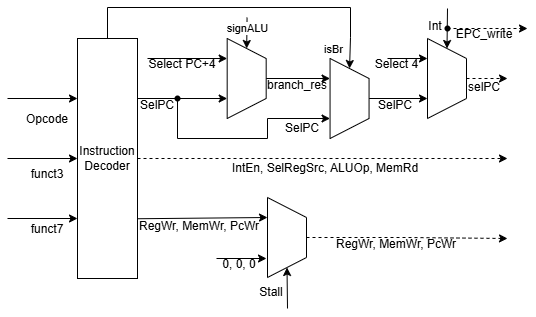
Before: ControlUnit.drawio.png, a diagram exported from draw.io (sircuspelle/cached-harvard-risc-assembler). Source tidied: cells renumbered, new cells last; positions are measured from the earlier drawing's top-left corner, leaving out a move shared by most shapes.
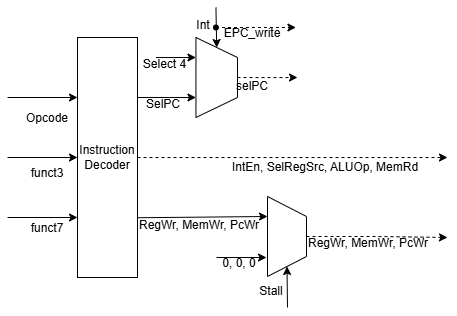
Later version of the same file.

Diff of the diagram source:
```diff
@@ -4,12 +4,9 @@
     <mxCell id="1" parent="0" />
     <mxCell id="2" style="edgeStyle=orthogonalEdgeStyle;rounded=0;jettySize=auto;html=1;exitX=1;exitY=0.5;exitDx=0;exitDy=0;dashed=1;" parent="1" edge="1" source="4">
       <mxGeometry relative="1" as="geometry">
-        <mxPoint x="500" y="151" as="targetPoint" />
+        <mxPoint x="440" y="151" as="targetPoint" />
       </mxGeometry>
     </mxCell>
-    <mxCell id="3" style="edgeStyle=orthogonalEdgeStyle;rounded=0;jettySize=auto;html=1;exitX=1;exitY=0.25;exitDx=0;exitDy=0;entryX=0.75;entryY=1;entryDx=0;entryDy=0;" parent="1" edge="1" source="4" target="22">
-      <mxGeometry relative="1" as="geometry" />
-    </mxCell>
     <mxCell id="4" value="Instruction Decoder" style="rounded=0;whiteSpace=wrap;html=1;" parent="1" vertex="1">
       <mxGeometry x="70" y="31" width="60" height="240" as="geometry" />
     </mxCell>
@@ -37,16 +34,6 @@
     <mxCell id="10" value="funct3" style="text;html=1;whiteSpace=wrap;strokeColor=none;fillColor=none;align=center;verticalAlign=middle;rounded=0;" parent="1" vertex="1">
       <mxGeometry x="10" y="152" width="60" height="30" as="geometry" />
     </mxCell>
-    <mxCell id="11" style="endArrow=classic;html=1;rounded=0;entryX=0;entryY=0.5;entryDx=0;entryDy=0;" parent="1" edge="1" target="22">
-      <mxGeometry relative="1" as="geometry">
-        <mxPoint x="239.6" y="10" as="sourcePoint" />
-      </mxGeometry>
-    </mxCell>
-    <mxCell id="12" value="signALU" style="edgeLabel;html=1;align=center;verticalAlign=middle;" parent="11" vertex="1">
-      <mxGeometry x="-0.01" relative="1" as="geometry">
-        <mxPoint y="-5" as="offset" />
-      </mxGeometry>
-    </mxCell>
     <mxCell id="13" style="edgeStyle=none;jettySize=auto;html=1;rounded=0;exitX=0.998;exitY=0.626;exitDx=0;exitDy=0;exitPerimeter=0;entryX=0.25;entryY=1;entryDx=0;entryDy=0;" parent="1" edge="1" target="18">
       <mxGeometry relative="1" as="geometry">
         <mxPoint x="130" y="211.2" as="sourcePoint" />
@@ -66,7 +53,7 @@
     </mxCell>
     <mxCell id="17" style="edgeStyle=orthogonalEdgeStyle;rounded=0;jettySize=auto;html=1;dashed=1;" parent="1" edge="1" source="18">
       <mxGeometry relative="1" as="geometry">
-        <mxPoint x="500" y="231" as="targetPoint" />
+        <mxPoint x="440" y="231" as="targetPoint" />
       </mxGeometry>
     </mxCell>
     <mxCell id="18" style="shape=trapezoid;perimeter=trapezoidPerimeter;whiteSpace=wrap;html=1;fixedSize=1;direction=south;" parent="1" vertex="1">
@@ -80,118 +67,66 @@
     <mxCell id="20" value="Stall" style="text;html=1;whiteSpace=wrap;strokeColor=none;fillColor=none;align=center;verticalAlign=middle;rounded=0;" parent="1" vertex="1">
       <mxGeometry x="234.1" y="270" width="60" height="30" as="geometry" />
     </mxCell>
-    <mxCell id="21" style="edgeStyle=orthogonalEdgeStyle;rounded=0;jettySize=auto;html=1;exitX=0.5;exitY=0;exitDx=0;exitDy=0;entryX=0.25;entryY=1;entryDx=0;entryDy=0;" parent="1" edge="1" source="22" target="31">
-      <mxGeometry relative="1" as="geometry" />
-    </mxCell>
-    <mxCell id="22" style="shape=trapezoid;perimeter=trapezoidPerimeter;whiteSpace=wrap;html=1;fixedSize=1;direction=south;" parent="1" vertex="1">
-      <mxGeometry x="219.7" y="31" width="39" height="80" as="geometry" />
-    </mxCell>
     <mxCell id="23" value="IntEn, SelRegSrc, ALUOp,&amp;nbsp;&lt;span style=&quot;background-color: transparent; color: light-dark(rgb(0, 0, 0), rgb(255, 255, 255));&quot;&gt;MemRd&lt;/span&gt;" style="text;html=1;whiteSpace=wrap;strokeColor=none;fillColor=none;align=left;verticalAlign=middle;rounded=0;" parent="1" vertex="1">
       <mxGeometry x="223" y="145" width="190" height="31" as="geometry" />
     </mxCell>
-    <mxCell id="24" style="edgeStyle=none;jettySize=auto;html=1;rounded=0;entryX=0.25;entryY=1;entryDx=0;entryDy=0;" parent="1" edge="1" target="22">
-      <mxGeometry relative="1" as="geometry">
-        <mxPoint x="140" y="51" as="sourcePoint" />
-      </mxGeometry>
-    </mxCell>
-    <mxCell id="25" value="Select PC+4" style="text;html=1;whiteSpace=wrap;strokeColor=none;fillColor=none;align=center;verticalAlign=middle;rounded=0;" parent="1" vertex="1">
-      <mxGeometry x="131" y="49" width="87.7" height="15" as="geometry" />
-    </mxCell>
-    <mxCell id="26" value="SelPC" style="text;html=1;whiteSpace=wrap;strokeColor=none;fillColor=none;align=center;verticalAlign=middle;rounded=0;" parent="1" vertex="1">
-      <mxGeometry x="130" y="91" width="40" height="14" as="geometry" />
-    </mxCell>
-    <mxCell id="27" style="endArrow=classic;html=1;rounded=0;edgeStyle=orthogonalEdgeStyle;entryX=0.75;entryY=1;entryDx=0;entryDy=0;" parent="1" edge="1" target="31">
-      <mxGeometry relative="1" as="geometry">
-        <mxPoint x="170" y="91" as="sourcePoint" />
-        <Array as="points">
-          <mxPoint x="170" y="131" />
-          <mxPoint x="260" y="131" />
-          <mxPoint x="260" y="111" />
-        </Array>
-      </mxGeometry>
-    </mxCell>
-    <mxCell id="28" value="SelPC" style="text;html=1;whiteSpace=wrap;strokeColor=none;fillColor=none;align=center;verticalAlign=middle;rounded=0;" parent="1" vertex="1">
-      <mxGeometry x="265.1" y="114" width="60" height="13" as="geometry" />
-    </mxCell>
-    <mxCell id="29" value="branch_res" style="text;html=1;whiteSpace=wrap;strokeColor=none;fillColor=none;align=center;verticalAlign=middle;rounded=0;" parent="1" vertex="1">
-      <mxGeometry x="259.6" y="72" width="60" height="12" as="geometry" />
-    </mxCell>
-    <mxCell id="30" style="edgeStyle=orthogonalEdgeStyle;rounded=0;jettySize=auto;html=1;exitX=0.5;exitY=0;exitDx=0;exitDy=0;entryX=0.75;entryY=1;entryDx=0;entryDy=0;" parent="1" edge="1" source="31" target="35">
-      <mxGeometry relative="1" as="geometry" />
+    <mxCell id="30" style="edgeStyle=orthogonalEdgeStyle;rounded=0;jettySize=auto;html=1;exitX=0.5;exitY=0;exitDx=0;exitDy=0;entryX=0.75;entryY=1;entryDx=0;entryDy=0;" parent="1" edge="1" target="35">
+      <mxGeometry relative="1" as="geometry">
+        <mxPoint x="130" y="91" as="sourcePoint" />
+      </mxGeometry>
     </mxCell>
-    <mxCell id="31" style="shape=trapezoid;perimeter=trapezoidPerimeter;whiteSpace=wrap;html=1;fixedSize=1;direction=south;" parent="1" vertex="1">
-      <mxGeometry x="322.6" y="51" width="39" height="80" as="geometry" />
-    </mxCell>
-    <mxCell id="32" style="endArrow=classic;html=1;rounded=0;exitX=0.5;exitY=0;exitDx=0;exitDy=0;edgeStyle=orthogonalEdgeStyle;entryX=0;entryY=0.5;entryDx=0;entryDy=0;" parent="1" edge="1" source="4" target="31">
-      <mxGeometry relative="1" as="geometry">
-        <Array as="points">
-          <mxPoint x="100" />
-          <mxPoint x="343" />
-          <mxPoint x="343" y="30" />
-          <mxPoint x="342" y="30" />
-        </Array>
-      </mxGeometry>
-    </mxCell>
-    <mxCell id="33" value="isBr" style="edgeLabel;html=1;align=center;verticalAlign=middle;" parent="32" vertex="1">
-      <mxGeometry x="-0.01" relative="1" as="geometry">
-        <mxPoint x="90" y="41" as="offset" />
-      </mxGeometry>
-    </mxCell>
     <mxCell id="34" style="edgeStyle=orthogonalEdgeStyle;rounded=0;jettySize=auto;html=1;exitX=0.5;exitY=0;exitDx=0;exitDy=0;dashed=1;" parent="1" edge="1" source="35">
       <mxGeometry relative="1" as="geometry">
-        <mxPoint x="500" y="71" as="targetPoint" />
+        <mxPoint x="290" y="71" as="targetPoint" />
         <Array as="points">
-          <mxPoint x="500" y="71" />
+          <mxPoint x="268.4" y="71" />
         </Array>
       </mxGeometry>
     </mxCell>
     <mxCell id="35" style="shape=trapezoid;perimeter=trapezoidPerimeter;whiteSpace=wrap;html=1;fixedSize=1;direction=south;" parent="1" vertex="1">
-      <mxGeometry x="420" y="31" width="39" height="80" as="geometry" />
+      <mxGeometry x="188.4" y="31" width="41.6" height="80" as="geometry" />
     </mxCell>
     <mxCell id="36" value="SelPC" style="text;html=1;whiteSpace=wrap;strokeColor=none;fillColor=none;align=center;verticalAlign=middle;rounded=0;" parent="1" vertex="1">
-      <mxGeometry x="357.6" y="93" width="60" height="9" as="geometry" />
+      <mxGeometry x="126" y="93" width="60" height="9" as="geometry" />
     </mxCell>
     <mxCell id="37" style="edgeStyle=none;jettySize=auto;html=1;rounded=0;entryX=0.25;entryY=1;entryDx=0;entryDy=0;" parent="1" edge="1" target="35">
       <mxGeometry relative="1" as="geometry">
-        <mxPoint x="380" y="51" as="sourcePoint" />
+        <mxPoint x="148.4" y="51" as="sourcePoint" />
       </mxGeometry>
     </mxCell>
     <mxCell id="38" value="Select 4" style="text;html=1;whiteSpace=wrap;strokeColor=none;fillColor=none;align=center;verticalAlign=middle;rounded=0;" parent="1" vertex="1">
-      <mxGeometry x="362" y="52" width="55" height="11" as="geometry" />
+      <mxGeometry x="130.4" y="52" width="55" height="11" as="geometry" />
     </mxCell>
     <mxCell id="39" value="selPC" style="text;html=1;whiteSpace=wrap;strokeColor=none;fillColor=none;align=center;verticalAlign=middle;rounded=0;" parent="1" vertex="1">
-      <mxGeometry x="457" y="74" width="40" height="11" as="geometry" />
+      <mxGeometry x="225.4" y="74" width="40" height="11" as="geometry" />
     </mxCell>
     <mxCell id="40" style="edgeStyle=none;jettySize=auto;html=1;rounded=0;entryX=0;entryY=0.5;entryDx=0;entryDy=0;" parent="1" edge="1" target="35">
       <mxGeometry relative="1" as="geometry">
-        <mxPoint x="440" y="1" as="sourcePoint" />
+        <mxPoint x="208.4" y="1" as="sourcePoint" />
       </mxGeometry>
     </mxCell>
     <mxCell id="41" value="Int" style="text;html=1;whiteSpace=wrap;strokeColor=none;fillColor=none;align=center;verticalAlign=middle;rounded=0;" parent="1" vertex="1">
-      <mxGeometry x="416" y="11" width="24" height="15" as="geometry" />
+      <mxGeometry x="184.4" y="11" width="24" height="15" as="geometry" />
     </mxCell>
     <mxCell id="42" style="edgeStyle=none;jettySize=auto;html=1;rounded=0;dashed=1;exitX=0.5;exitY=0.5;exitDx=0;exitDy=0;exitPerimeter=0;" parent="1" edge="1" source="47">
       <mxGeometry relative="1" as="geometry">
-        <mxPoint x="520" y="21" as="targetPoint" />
+        <mxPoint x="288.4" y="21" as="targetPoint" />
       </mxGeometry>
     </mxCell>
     <mxCell id="43" value="RegWr, MemWr,&amp;nbsp;&lt;span style=&quot;background-color: transparent; color: light-dark(rgb(0, 0, 0), rgb(255, 255, 255));&quot;&gt;PcWr&lt;/span&gt;" style="text;html=1;whiteSpace=wrap;strokeColor=none;fillColor=none;align=left;verticalAlign=middle;rounded=0;" parent="1" vertex="1">
-      <mxGeometry x="327" y="230" width="166.9" height="14" as="geometry" />
+      <mxGeometry x="299" y="230" width="131" height="14" as="geometry" />
     </mxCell>
     <mxCell id="44" style="edgeStyle=none;orthogonalLoop=1;jettySize=auto;html=1;rounded=0;" parent="1" edge="1">
       <mxGeometry relative="1" as="geometry">
-        <mxPoint x="460" y="19" as="sourcePoint" />
-        <mxPoint x="460" y="19" as="targetPoint" />
+        <mxPoint x="228.4" y="19" as="sourcePoint" />
+        <mxPoint x="228.4" y="19" as="targetPoint" />
       </mxGeometry>
     </mxCell>
     <mxCell id="45" value="EPC_write" style="text;html=1;whiteSpace=wrap;strokeColor=none;fillColor=none;align=center;verticalAlign=middle;rounded=0;" parent="1" vertex="1">
-      <mxGeometry x="447" y="21" width="60" height="12" as="geometry" />
+      <mxGeometry x="215.4" y="21" width="60" height="12" as="geometry" />
     </mxCell>
-    <mxCell id="46" style="shape=waypoint;sketch=0;size=6;fillColor=none;perimeter=centerPerimeter;" parent="1" vertex="1">
-      <mxGeometry x="160" y="81" width="20" height="20" as="geometry" />
-    </mxCell>
     <mxCell id="47" style="shape=waypoint;sketch=0;size=6;points=[];fillColor=none;perimeter=centerPerimeter;snapToPoint=1;" parent="1" vertex="1">
-      <mxGeometry x="430" y="11" width="20" height="20" as="geometry" />
+      <mxGeometry x="198.4" y="11" width="20" height="20" as="geometry" />
     </mxCell>
   </root>
 </mxGraphModel>
```
